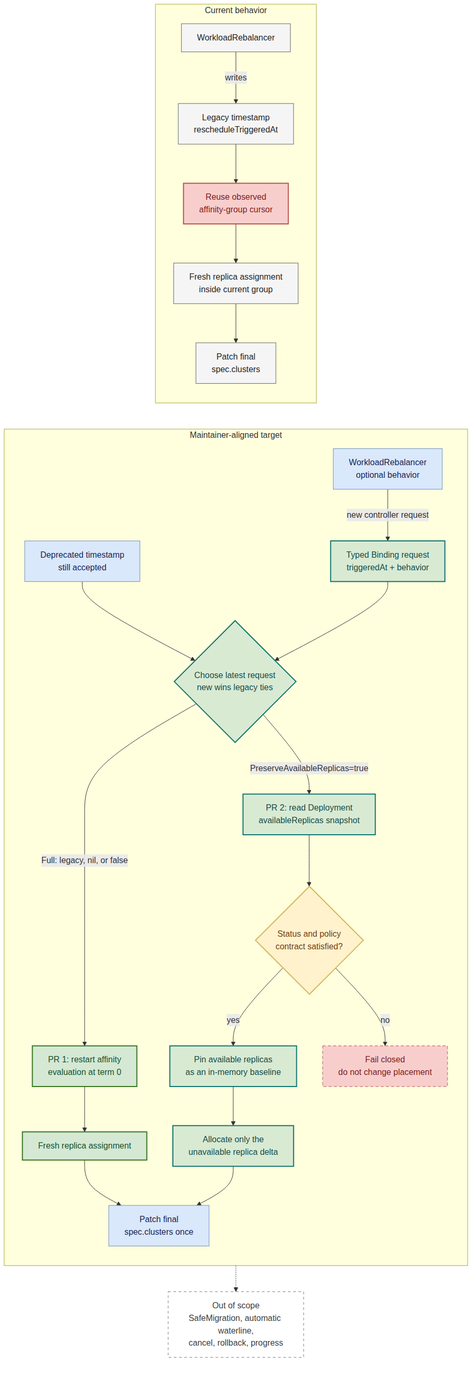
The Mermaid diagram internship-reports/day31-workload-rebalancer-api-development-plan.png in ranxi2001/karmada, before a commit. Its source is kept beside it as internship-reports/day31-workload-rebalancer-api-development-plan.mmd. Source of this version:
```mermaid
flowchart TB
    subgraph CURRENT["Current behavior"]
        direction TB
        C_WR["WorkloadRebalancer"]:::current -->|writes| C_LEGACY["Legacy timestamp<br/>rescheduleTriggeredAt"]:::current
        C_LEGACY --> C_CURSOR["Reuse observed<br/>affinity-group cursor"]:::risk
        C_CURSOR --> C_FRESH["Fresh replica assignment<br/>inside current group"]:::current
        C_FRESH --> C_PATCH["Patch final<br/>spec.clusters"]:::current
    end

    subgraph TARGET["Maintainer-aligned target"]
        direction TB
        P_WR["WorkloadRebalancer<br/>optional behavior"]:::unchanged -->|new controller request| P_TYPED["Typed Binding request<br/>triggeredAt + behavior"]:::phase2
        P_LEGACY["Deprecated timestamp<br/>still accepted"]:::unchanged --> P_LATEST{"Choose latest request<br/>new wins legacy ties"}:::phase2
        P_TYPED --> P_LATEST

        P_LATEST -->|Full: legacy, nil, or false| P_RESET["PR 1: restart affinity<br/>evaluation at term 0"]:::phase1
        P_RESET --> P_FRESH["Fresh replica assignment"]:::phase1

        P_LATEST -->|PreserveAvailableReplicas=true| P_STATUS["PR 2: read Deployment<br/>availableReplicas snapshot"]:::phase2
        P_STATUS --> P_GUARD{"Status and policy<br/>contract satisfied?"}:::guard
        P_GUARD -->|yes| P_BASE["Pin available replicas<br/>as an in-memory baseline"]:::phase2
        P_BASE --> P_DELTA["Allocate only the<br/>unavailable replica delta"]:::phase2
        P_GUARD -->|no| P_FAIL["Fail closed<br/>do not change placement"]:::failure

        P_FRESH --> P_FINAL["Patch final<br/>spec.clusters once"]:::unchanged
        P_DELTA --> P_FINAL
    end

    CURRENT ~~~ TARGET

    OUT["Out of scope<br/>SafeMigration, automatic waterline,<br/>cancel, rollback, progress"]:::out
    TARGET -.-> OUT

    classDef current fill:#f5f5f5,stroke:#666666,color:#262626;
    classDef unchanged fill:#dae8fc,stroke:#6c8ebf,color:#172554;
    classDef phase1 fill:#d5e8d4,stroke:#38761d,color:#14532d,stroke-width:2px;
    classDef phase2 fill:#d9ead3,stroke:#0f766e,color:#134e4a,stroke-width:2px;
    classDef guard fill:#fff2cc,stroke:#d6b656,color:#713f12,stroke-width:2px;
    classDef risk fill:#f8cecc,stroke:#b85450,color:#7f1d1d,stroke-width:2px;
    classDef failure fill:#f8cecc,stroke:#b85450,color:#7f1d1d,stroke-dasharray:6 4;
    classDef out fill:#ffffff,stroke:#777777,color:#404040,stroke-dasharray:5 5;
```
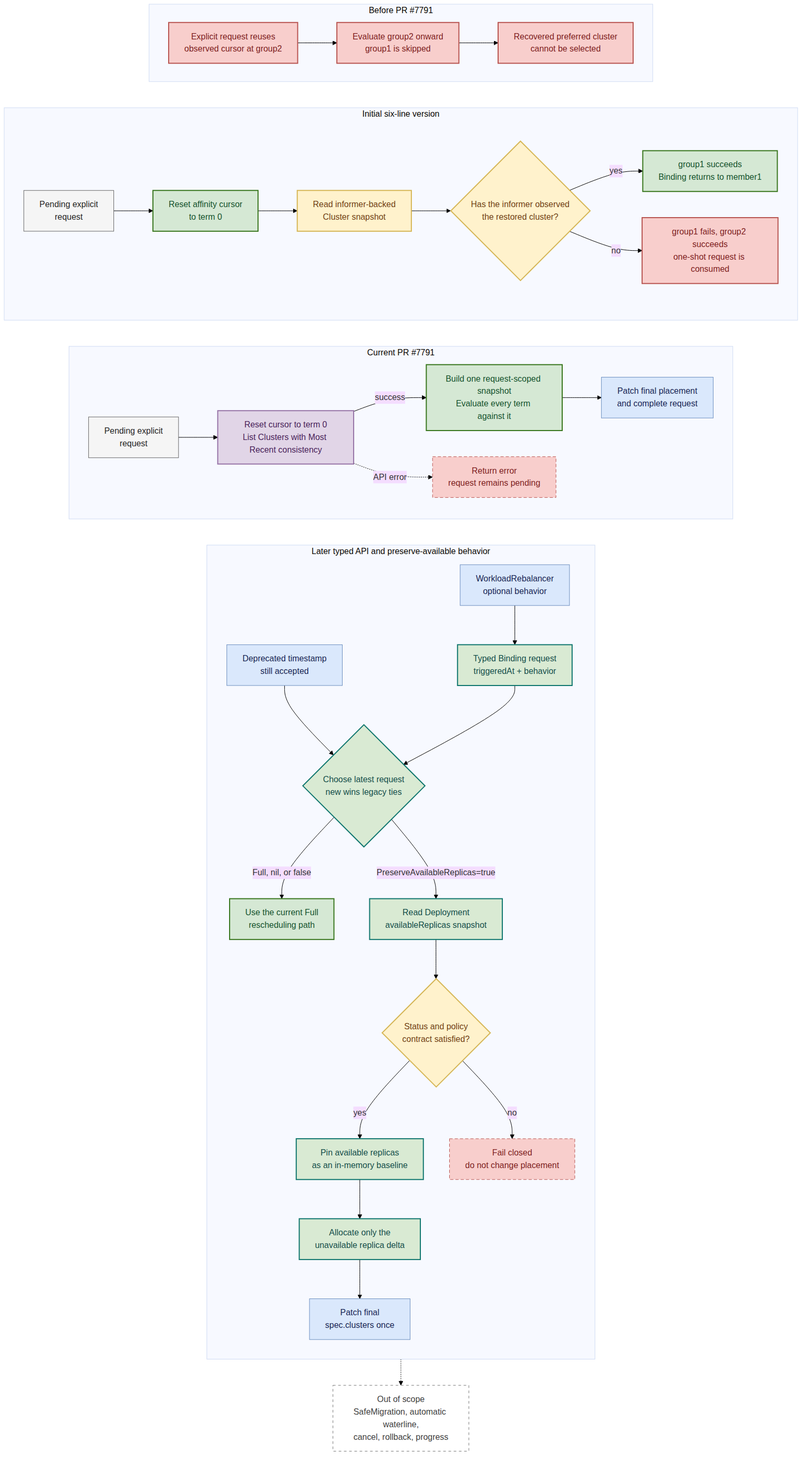
After the commit.

The edit, as a diff of the source:
```diff
@@ -1,39 +1,62 @@
+---
+config:
+  theme: base
+  themeVariables:
+    background: "#ffffff"
+    fontFamily: "Arial"
+  flowchart:
+    curve: basis
+    htmlLabels: true
+---
 flowchart TB
-    subgraph CURRENT["Current behavior"]
-        direction TB
-        C_WR["WorkloadRebalancer"]:::current -->|writes| C_LEGACY["Legacy timestamp<br/>rescheduleTriggeredAt"]:::current
-        C_LEGACY --> C_CURSOR["Reuse observed<br/>affinity-group cursor"]:::risk
-        C_CURSOR --> C_FRESH["Fresh replica assignment<br/>inside current group"]:::current
-        C_FRESH --> C_PATCH["Patch final<br/>spec.clusters"]:::current
+    subgraph BASELINE["Before PR #7791"]
+        direction LR
+        B_REQUEST["Explicit request reuses<br/>observed cursor at group2"]:::risk --> B_ORDER["Evaluate group2 onward<br/>group1 is skipped"]:::risk
+        B_ORDER --> B_STUCK["Recovered preferred cluster<br/>cannot be selected"]:::risk
     end
 
-    subgraph TARGET["Maintainer-aligned target"]
+    subgraph SIXLINE["Initial six-line version"]
+        direction LR
+        S_REQUEST["Pending explicit<br/>request"]:::current --> S_RESET["Reset affinity cursor<br/>to term 0"]:::phase1
+        S_RESET --> S_CACHE["Read informer-backed<br/>Cluster snapshot"]:::guard
+        S_CACHE --> S_ORDER{"Has the informer observed<br/>the restored cluster?"}:::guard
+        S_ORDER -->|yes| S_SUCCESS["group1 succeeds<br/>Binding returns to member1"]:::phase1
+        S_ORDER -->|no| S_LOST["group1 fails, group2 succeeds<br/>one-shot request is consumed"]:::risk
+    end
+
+    subgraph CURRENT["Current PR #7791"]
+        direction LR
+        C_REQUEST["Pending explicit<br/>request"]:::current --> C_PREP["Reset cursor to term 0<br/>List Clusters with Most Recent consistency"]:::changed
+        C_PREP -->|success| C_SNAPSHOT["Build one request-scoped snapshot<br/>Evaluate every term against it"]:::phase1
+        C_SNAPSHOT --> C_PATCH["Patch final placement<br/>and complete request"]:::unchanged
+        C_PREP -.->|API error| C_RETRY["Return error<br/>request remains pending"]:::failure
+    end
+
+    subgraph PHASE2["Later typed API and preserve-available behavior"]
         direction TB
-        P_WR["WorkloadRebalancer<br/>optional behavior"]:::unchanged -->|new controller request| P_TYPED["Typed Binding request<br/>triggeredAt + behavior"]:::phase2
+        P_WR["WorkloadRebalancer<br/>optional behavior"]:::unchanged --> P_TYPED["Typed Binding request<br/>triggeredAt + behavior"]:::phase2
         P_LEGACY["Deprecated timestamp<br/>still accepted"]:::unchanged --> P_LATEST{"Choose latest request<br/>new wins legacy ties"}:::phase2
         P_TYPED --> P_LATEST
-
-        P_LATEST -->|Full: legacy, nil, or false| P_RESET["PR 1: restart affinity<br/>evaluation at term 0"]:::phase1
-        P_RESET --> P_FRESH["Fresh replica assignment"]:::phase1
-
-        P_LATEST -->|PreserveAvailableReplicas=true| P_STATUS["PR 2: read Deployment<br/>availableReplicas snapshot"]:::phase2
+        P_LATEST -->|Full, nil, or false| P_FULL["Use the current Full<br/>rescheduling path"]:::phase1
+        P_LATEST -->|PreserveAvailableReplicas=true| P_STATUS["Read Deployment<br/>availableReplicas snapshot"]:::phase2
         P_STATUS --> P_GUARD{"Status and policy<br/>contract satisfied?"}:::guard
         P_GUARD -->|yes| P_BASE["Pin available replicas<br/>as an in-memory baseline"]:::phase2
         P_BASE --> P_DELTA["Allocate only the<br/>unavailable replica delta"]:::phase2
         P_GUARD -->|no| P_FAIL["Fail closed<br/>do not change placement"]:::failure
-
-        P_FRESH --> P_FINAL["Patch final<br/>spec.clusters once"]:::unchanged
-        P_DELTA --> P_FINAL
+        P_DELTA --> P_FINAL["Patch final<br/>spec.clusters once"]:::unchanged
     end
 
-    CURRENT ~~~ TARGET
+    B_STUCK ~~~ S_REQUEST
+    S_SUCCESS ~~~ C_REQUEST
+    C_PATCH ~~~ P_WR
 
     OUT["Out of scope<br/>SafeMigration, automatic waterline,<br/>cancel, rollback, progress"]:::out
-    TARGET -.-> OUT
+    PHASE2 -.-> OUT
 
     classDef current fill:#f5f5f5,stroke:#666666,color:#262626;
     classDef unchanged fill:#dae8fc,stroke:#6c8ebf,color:#172554;
     classDef phase1 fill:#d5e8d4,stroke:#38761d,color:#14532d,stroke-width:2px;
+    classDef changed fill:#e1d5e7,stroke:#9673a6,color:#4a235a,stroke-width:2px;
     classDef phase2 fill:#d9ead3,stroke:#0f766e,color:#134e4a,stroke-width:2px;
     classDef guard fill:#fff2cc,stroke:#d6b656,color:#713f12,stroke-width:2px;
     classDef risk fill:#f8cecc,stroke:#b85450,color:#7f1d1d,stroke-width:2px;
```
